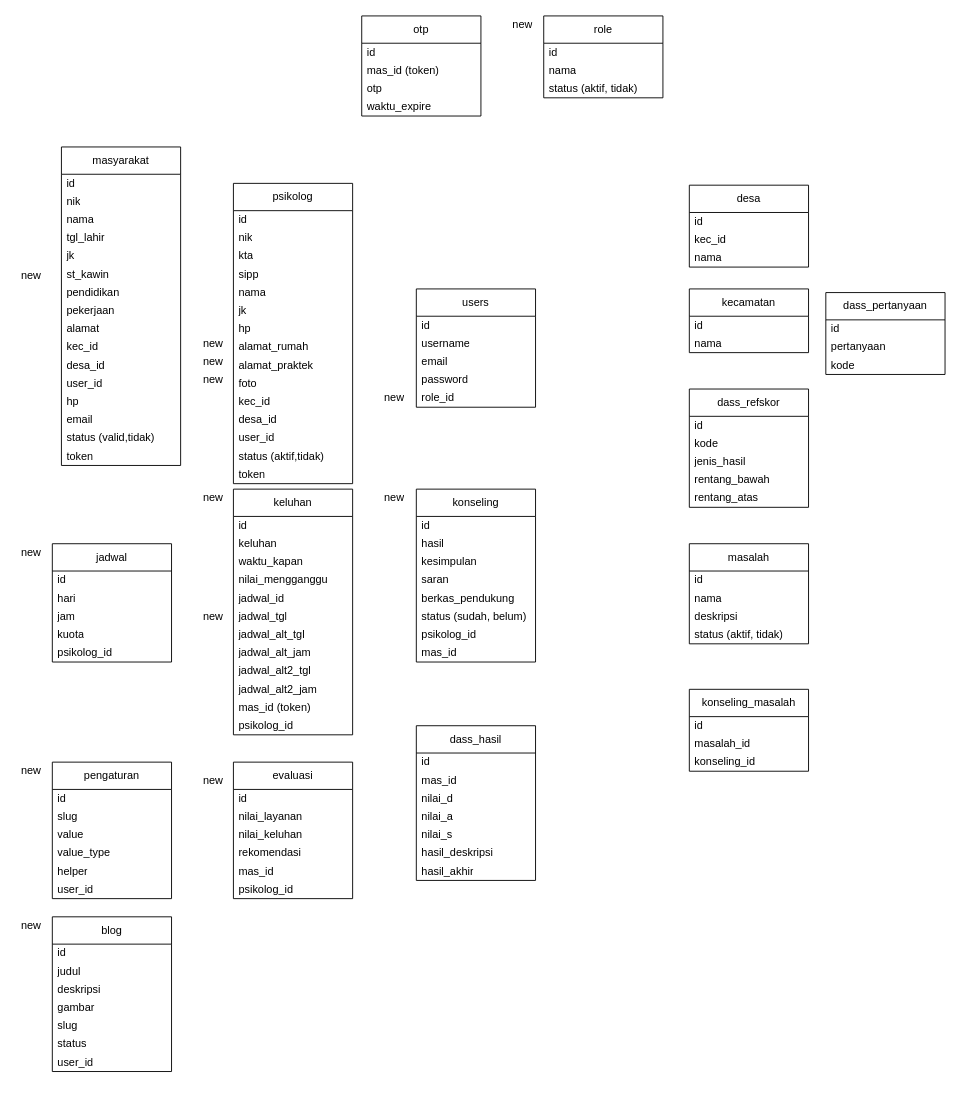
Before: env_designs/erd_dmb.drawio in zeneight/drawio, a draw.io diagram. Source tidied: cells renumbered, new cells numbered last; positions are measured from the earlier drawing's top-left corner, leaving out a move shared by most shapes. Both pictures are drawn from the tidied source at 91%, with x=0, y=0 at pixel (15, 15).
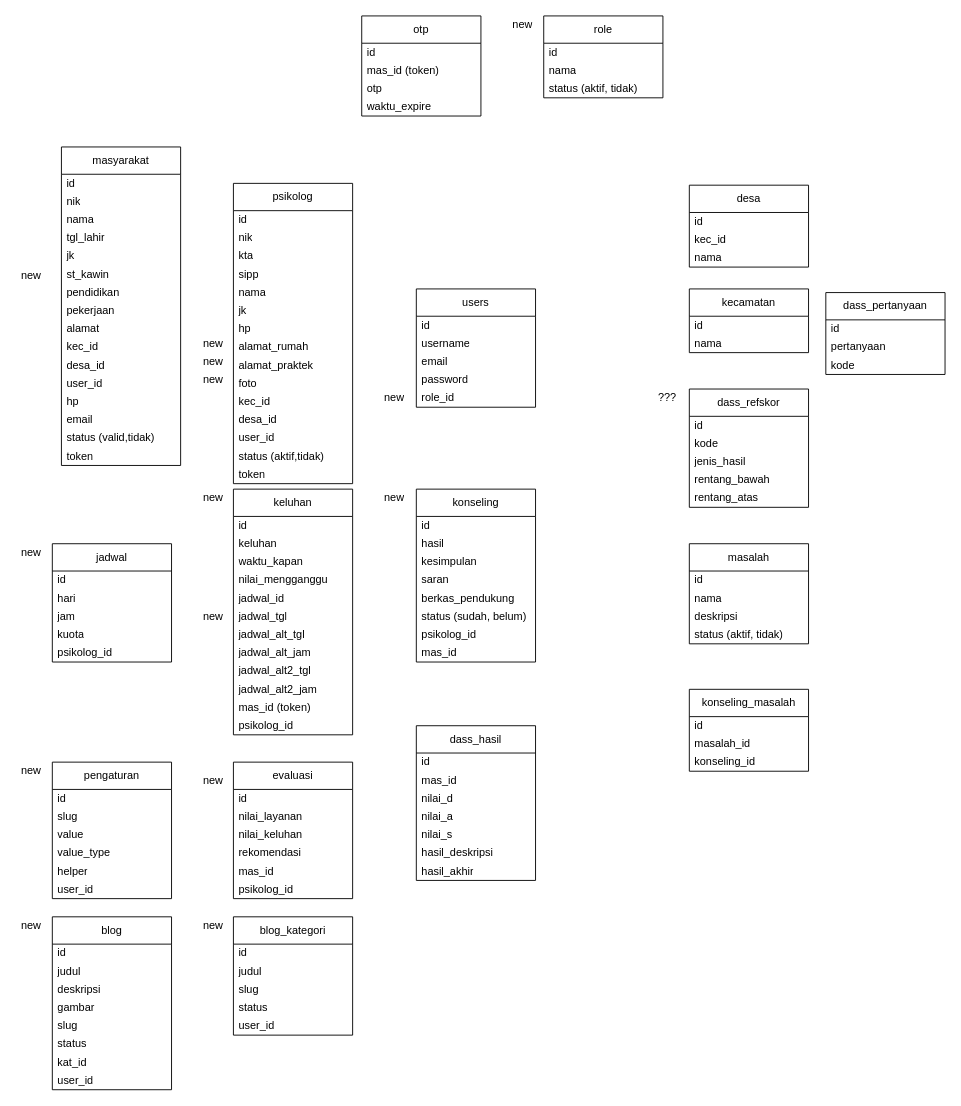
After the change.

Diff of the diagram source:
```diff
@@
     <mxCell id="137" value="blog" style="swimlane;fontStyle=0;horizontal=1;startSize=30;whiteSpace=wrap;html=1;" parent="1" vertex="1">
-      <mxGeometry x="40" y="990" width="131" height="170" as="geometry" />
+      <mxGeometry x="40" y="990" width="131" height="190" as="geometry" />
     </mxCell>
@@
+    <mxCell id="147" value="kat_id" style="text;strokeColor=none;fillColor=none;align=left;verticalAlign=middle;spacingLeft=4;spacingRight=4;overflow=hidden;whiteSpace=wrap;html=1;" parent="137" vertex="1">
+      <mxGeometry y="150" width="131" height="20" as="geometry" />
+    </mxCell>
     <mxCell id="144" value="user_id" style="text;strokeColor=none;fillColor=none;align=left;verticalAlign=middle;spacingLeft=4;spacingRight=4;overflow=hidden;whiteSpace=wrap;html=1;" parent="137" vertex="1">
-      <mxGeometry y="150" width="131" height="20" as="geometry" />
+      <mxGeometry y="170" width="131" height="20" as="geometry" />
     </mxCell>
@@
+    <mxCell id="148" value="blog_kategori" style="swimlane;fontStyle=0;horizontal=1;startSize=30;whiteSpace=wrap;html=1;" parent="1" vertex="1">
+      <mxGeometry x="239" y="990" width="131" height="130" as="geometry" />
+    </mxCell>
+    <mxCell id="149" value="id" style="text;strokeColor=none;fillColor=none;align=left;verticalAlign=middle;spacingLeft=4;spacingRight=4;overflow=hidden;whiteSpace=wrap;html=1;" parent="148" vertex="1">
+      <mxGeometry y="30" width="131" height="20" as="geometry" />
+    </mxCell>
+    <mxCell id="150" value="judul" style="text;strokeColor=none;fillColor=none;align=left;verticalAlign=middle;spacingLeft=4;spacingRight=4;overflow=hidden;whiteSpace=wrap;html=1;" parent="148" vertex="1">
+      <mxGeometry y="50" width="131" height="20" as="geometry" />
+    </mxCell>
+    <mxCell id="151" value="slug" style="text;strokeColor=none;fillColor=none;align=left;verticalAlign=middle;spacingLeft=4;spacingRight=4;overflow=hidden;whiteSpace=wrap;html=1;" parent="148" vertex="1">
+      <mxGeometry y="70" width="131" height="20" as="geometry" />
+    </mxCell>
+    <mxCell id="152" value="status" style="text;strokeColor=none;fillColor=none;align=left;verticalAlign=middle;spacingLeft=4;spacingRight=4;overflow=hidden;whiteSpace=wrap;html=1;" parent="148" vertex="1">
+      <mxGeometry y="90" width="131" height="20" as="geometry" />
+    </mxCell>
+    <mxCell id="153" value="user_id" style="text;strokeColor=none;fillColor=none;align=left;verticalAlign=middle;spacingLeft=4;spacingRight=4;overflow=hidden;whiteSpace=wrap;html=1;" parent="148" vertex="1">
+      <mxGeometry y="110" width="131" height="20" as="geometry" />
+    </mxCell>
+    <mxCell id="154" value="new" style="text;strokeColor=none;fillColor=none;align=left;verticalAlign=middle;spacingLeft=4;spacingRight=4;overflow=hidden;whiteSpace=wrap;html=1;" parent="1" vertex="1">
+      <mxGeometry x="200" y="990" width="50" height="20" as="geometry" />
+    </mxCell>
+    <mxCell id="155" value="???" style="text;strokeColor=none;fillColor=none;align=left;verticalAlign=middle;spacingLeft=4;spacingRight=4;overflow=hidden;whiteSpace=wrap;html=1;" parent="1" vertex="1">
+      <mxGeometry x="700" y="410" width="50" height="20" as="geometry" />
+    </mxCell>
```
